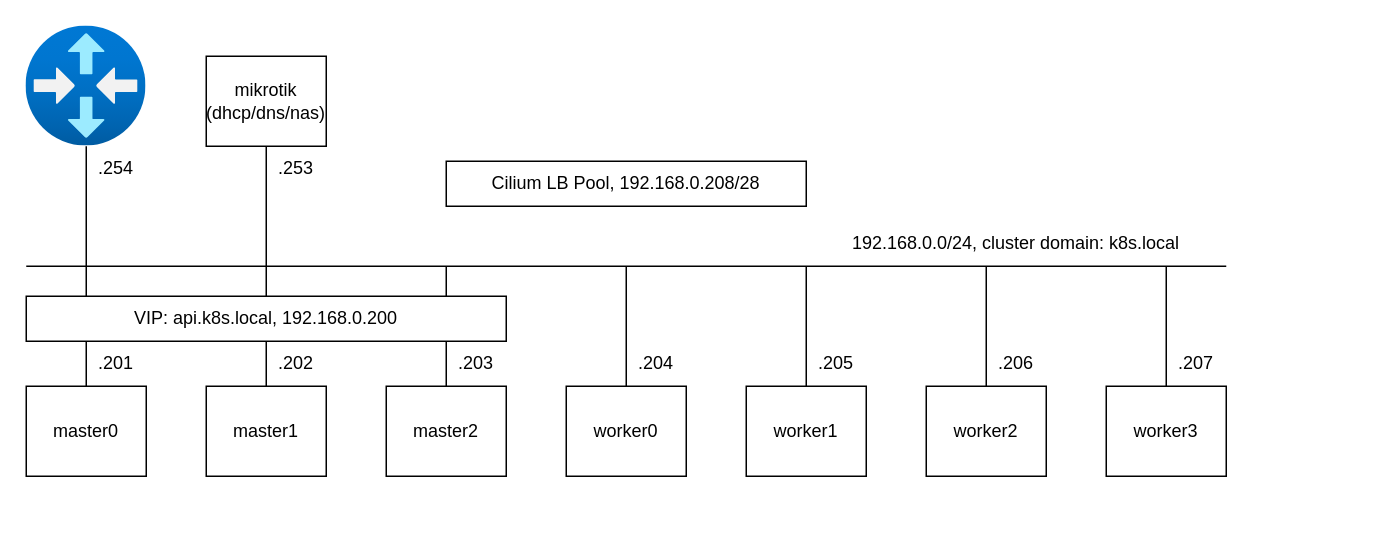
The draw.io diagram cluster-diagram/kubernetes-environment.drawio in rknaus/talos-home-cluster, before the edit. Source tidied: cells renumbered, new cells numbered last; positions are measured from the earlier drawing's top-left corner, leaving out a move shared by most shapes. Both pictures are drawn from the tidied source at 150%, with x=0, y=0 at pixel (26, 26).
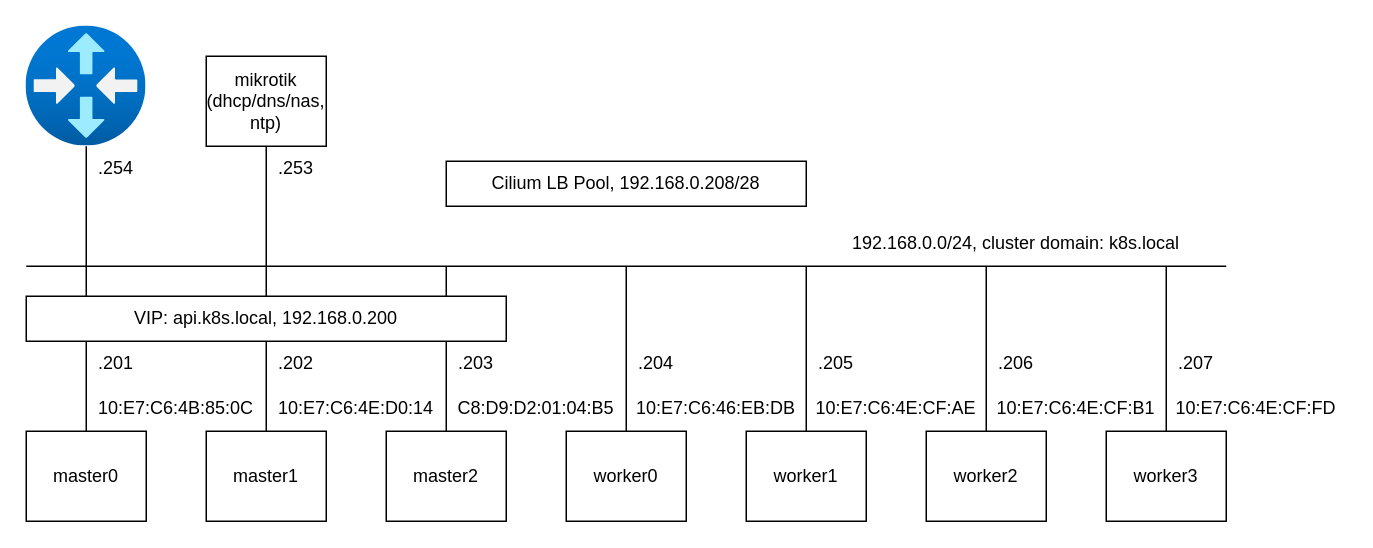
The same page after the edit.

Change to the diagram source:
```diff
@@
     <mxCell id="3" value="master0" style="rounded=0;whiteSpace=wrap;html=1;" parent="1" vertex="1">
-      <mxGeometry y="240" width="80" height="60" as="geometry" />
+      <mxGeometry y="270" width="80" height="60" as="geometry" />
     </mxCell>
     <mxCell id="4" value="master1" style="rounded=0;whiteSpace=wrap;html=1;" parent="1" vertex="1">
-      <mxGeometry x="120" y="240" width="80" height="60" as="geometry" />
+      <mxGeometry x="120" y="270" width="80" height="60" as="geometry" />
     </mxCell>
     <mxCell id="5" value="master2" style="rounded=0;whiteSpace=wrap;html=1;" parent="1" vertex="1">
-      <mxGeometry x="240" y="240" width="80" height="60" as="geometry" />
+      <mxGeometry x="240" y="270" width="80" height="60" as="geometry" />
     </mxCell>
     <mxCell id="6" value="worker0" style="rounded=0;whiteSpace=wrap;html=1;" parent="1" vertex="1">
-      <mxGeometry x="360" y="240" width="80" height="60" as="geometry" />
+      <mxGeometry x="360" y="270" width="80" height="60" as="geometry" />
     </mxCell>
     <mxCell id="7" value="worker1" style="rounded=0;whiteSpace=wrap;html=1;" parent="1" vertex="1">
-      <mxGeometry x="480" y="240" width="80" height="60" as="geometry" />
+      <mxGeometry x="480" y="270" width="80" height="60" as="geometry" />
     </mxCell>
     <mxCell id="8" value="worker2" style="rounded=0;whiteSpace=wrap;html=1;" parent="1" vertex="1">
-      <mxGeometry x="600" y="240" width="80" height="60" as="geometry" />
+      <mxGeometry x="600" y="270" width="80" height="60" as="geometry" />
     </mxCell>
     <mxCell id="9" value="worker3" style="rounded=0;whiteSpace=wrap;html=1;" parent="1" vertex="1">
-      <mxGeometry x="720" y="240" width="80" height="60" as="geometry" />
+      <mxGeometry x="720" y="270" width="80" height="60" as="geometry" />
     </mxCell>
@@
-    <mxCell id="18" value="mikrotik&lt;br&gt;(dhcp/dns/nas)" style="rounded=0;whiteSpace=wrap;html=1;" parent="1" vertex="1">
+    <mxCell id="18" value="mikrotik&lt;br&gt;(dhcp/dns/nas, ntp)" style="rounded=0;whiteSpace=wrap;html=1;" parent="1" vertex="1">
       <mxGeometry x="120" y="20" width="80" height="60" as="geometry" />
     </mxCell>
@@
+    <mxCell id="33" value="10:E7:C6:4B:85:0C" style="text;html=1;align=center;verticalAlign=middle;whiteSpace=wrap;rounded=0;" parent="1" vertex="1">
+      <mxGeometry x="40" y="240" width="120" height="30" as="geometry" />
+    </mxCell>
+    <mxCell id="34" value="10:E7:C6:4E:D0:14" style="text;html=1;align=center;verticalAlign=middle;whiteSpace=wrap;rounded=0;" parent="1" vertex="1">
+      <mxGeometry x="160" y="240" width="120" height="30" as="geometry" />
+    </mxCell>
+    <mxCell id="35" value="C8:D9:D2:01:04:B5" style="text;html=1;align=center;verticalAlign=middle;whiteSpace=wrap;rounded=0;" parent="1" vertex="1">
+      <mxGeometry x="280" y="240" width="120" height="30" as="geometry" />
+    </mxCell>
+    <mxCell id="36" value="10:E7:C6:46:EB:DB" style="text;html=1;align=center;verticalAlign=middle;whiteSpace=wrap;rounded=0;" parent="1" vertex="1">
+      <mxGeometry x="400" y="240" width="120" height="30" as="geometry" />
+    </mxCell>
+    <mxCell id="37" value="10:E7:C6:4E:CF:AE" style="text;html=1;align=center;verticalAlign=middle;whiteSpace=wrap;rounded=0;" parent="1" vertex="1">
+      <mxGeometry x="520" y="240" width="120" height="30" as="geometry" />
+    </mxCell>
+    <mxCell id="38" value="10:E7:C6:4E:CF:B1" style="text;html=1;align=center;verticalAlign=middle;whiteSpace=wrap;rounded=0;" parent="1" vertex="1">
+      <mxGeometry x="640" y="240" width="120" height="30" as="geometry" />
+    </mxCell>
+    <mxCell id="39" value="10:E7:C6:4E:CF:FD" style="text;html=1;align=center;verticalAlign=middle;whiteSpace=wrap;rounded=0;" parent="1" vertex="1">
+      <mxGeometry x="760" y="240" width="120" height="30" as="geometry" />
+    </mxCell>
```
